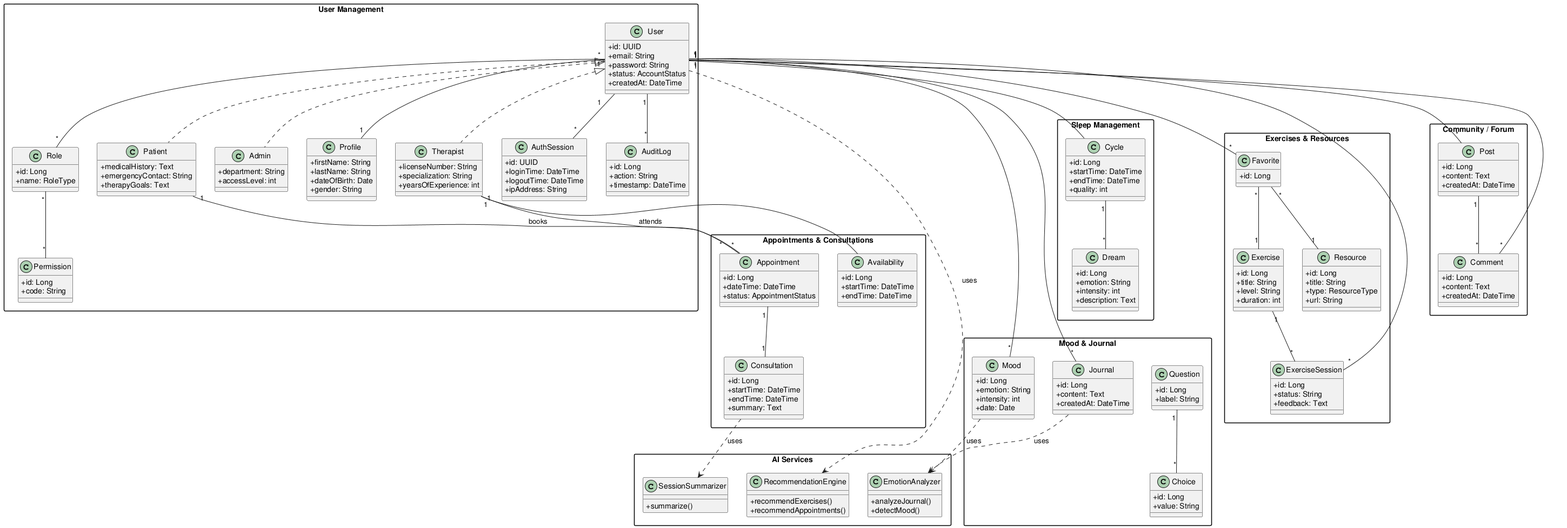
This is res/img/diagram/class-diagram.png from zouari-oss/serinity-desktop, a PlantUML export, as it was before one commit.
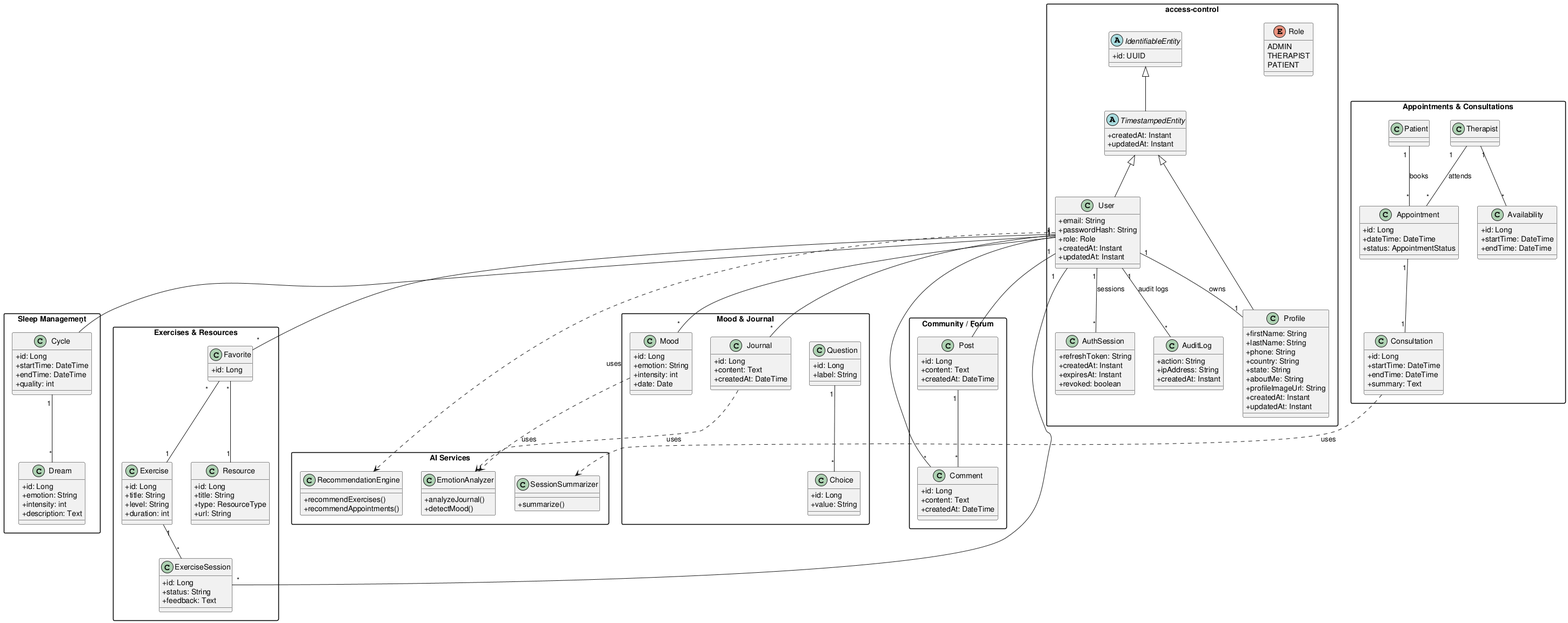
After the commit.

What changed in the source:
```diff
@@ -2,72 +2,65 @@
 skinparam classAttributeIconSize 0
 skinparam packageStyle rectangle
 
-package "User Management" {
+package "access-control" {
+
+  abstract class IdentifiableEntity {
+    +id: UUID
+  }
+
+  abstract class TimestampedEntity {
+    +createdAt: Instant
+    +updatedAt: Instant
+  }
+
+  IdentifiableEntity <|-- TimestampedEntity
 
   class User {
-    +id: UUID
     +email: String
-    +password: String
-    +status: AccountStatus
-    +createdAt: DateTime
+    +passwordHash: String
+    +role: Role
+    +createdAt: Instant
+    +updatedAt: Instant
   }
 
-  class Patient {
-    +medicalHistory: Text
-    +emergencyContact: String
-    +therapyGoals: Text
+  TimestampedEntity <|-- User
+
+  enum Role {
+    ADMIN
+    THERAPIST
+    PATIENT
   }
-
-  class Therapist {
-    +licenseNumber: String
-    +specialization: String
-    +yearsOfExperience: int
-  }
-
-  class Admin {
-    +department: String
-    +accessLevel: int
-  }
-
-  User <|.. Patient
-  User <|.. Therapist
-  User <|.. Admin
 
   class Profile {
     +firstName: String
     +lastName: String
-    +dateOfBirth: Date
-    +gender: String
+    +phone: String
+    +country: String
+    +state: String
+    +aboutMe: String
+    +profileImageUrl: String
+    +createdAt: Instant
+    +updatedAt: Instant
   }
 
-  class Role {
-    +id: Long
-    +name: RoleType
-  }
-
-  class Permission {
-    +id: Long
-    +code: String
-  }
+  TimestampedEntity <|-- Profile
 
   class AuthSession {
-    +id: UUID
-    +loginTime: DateTime
-    +logoutTime: DateTime
-    +ipAddress: String
+    +refreshToken: String
+    +createdAt: Instant
+    +expiresAt: Instant
+    +revoked: boolean
   }
 
   class AuditLog {
-    +id: Long
     +action: String
-    +timestamp: DateTime
+    +ipAddress: String
+    +createdAt: Instant
   }
 
-  User "1" -- "1" Profile
-  User "1" -- "*" AuthSession
-  User "1" -- "*" AuditLog
-  User "*" -- "*" Role
-  Role "*" -- "*" Permission
+  User "1" -- "1" Profile : owns
+  User "1" -- "*" AuthSession : sessions
+  User "1" -- "*" AuditLog : audit logs
 }
 
 package "Mood & Journal" {
```
